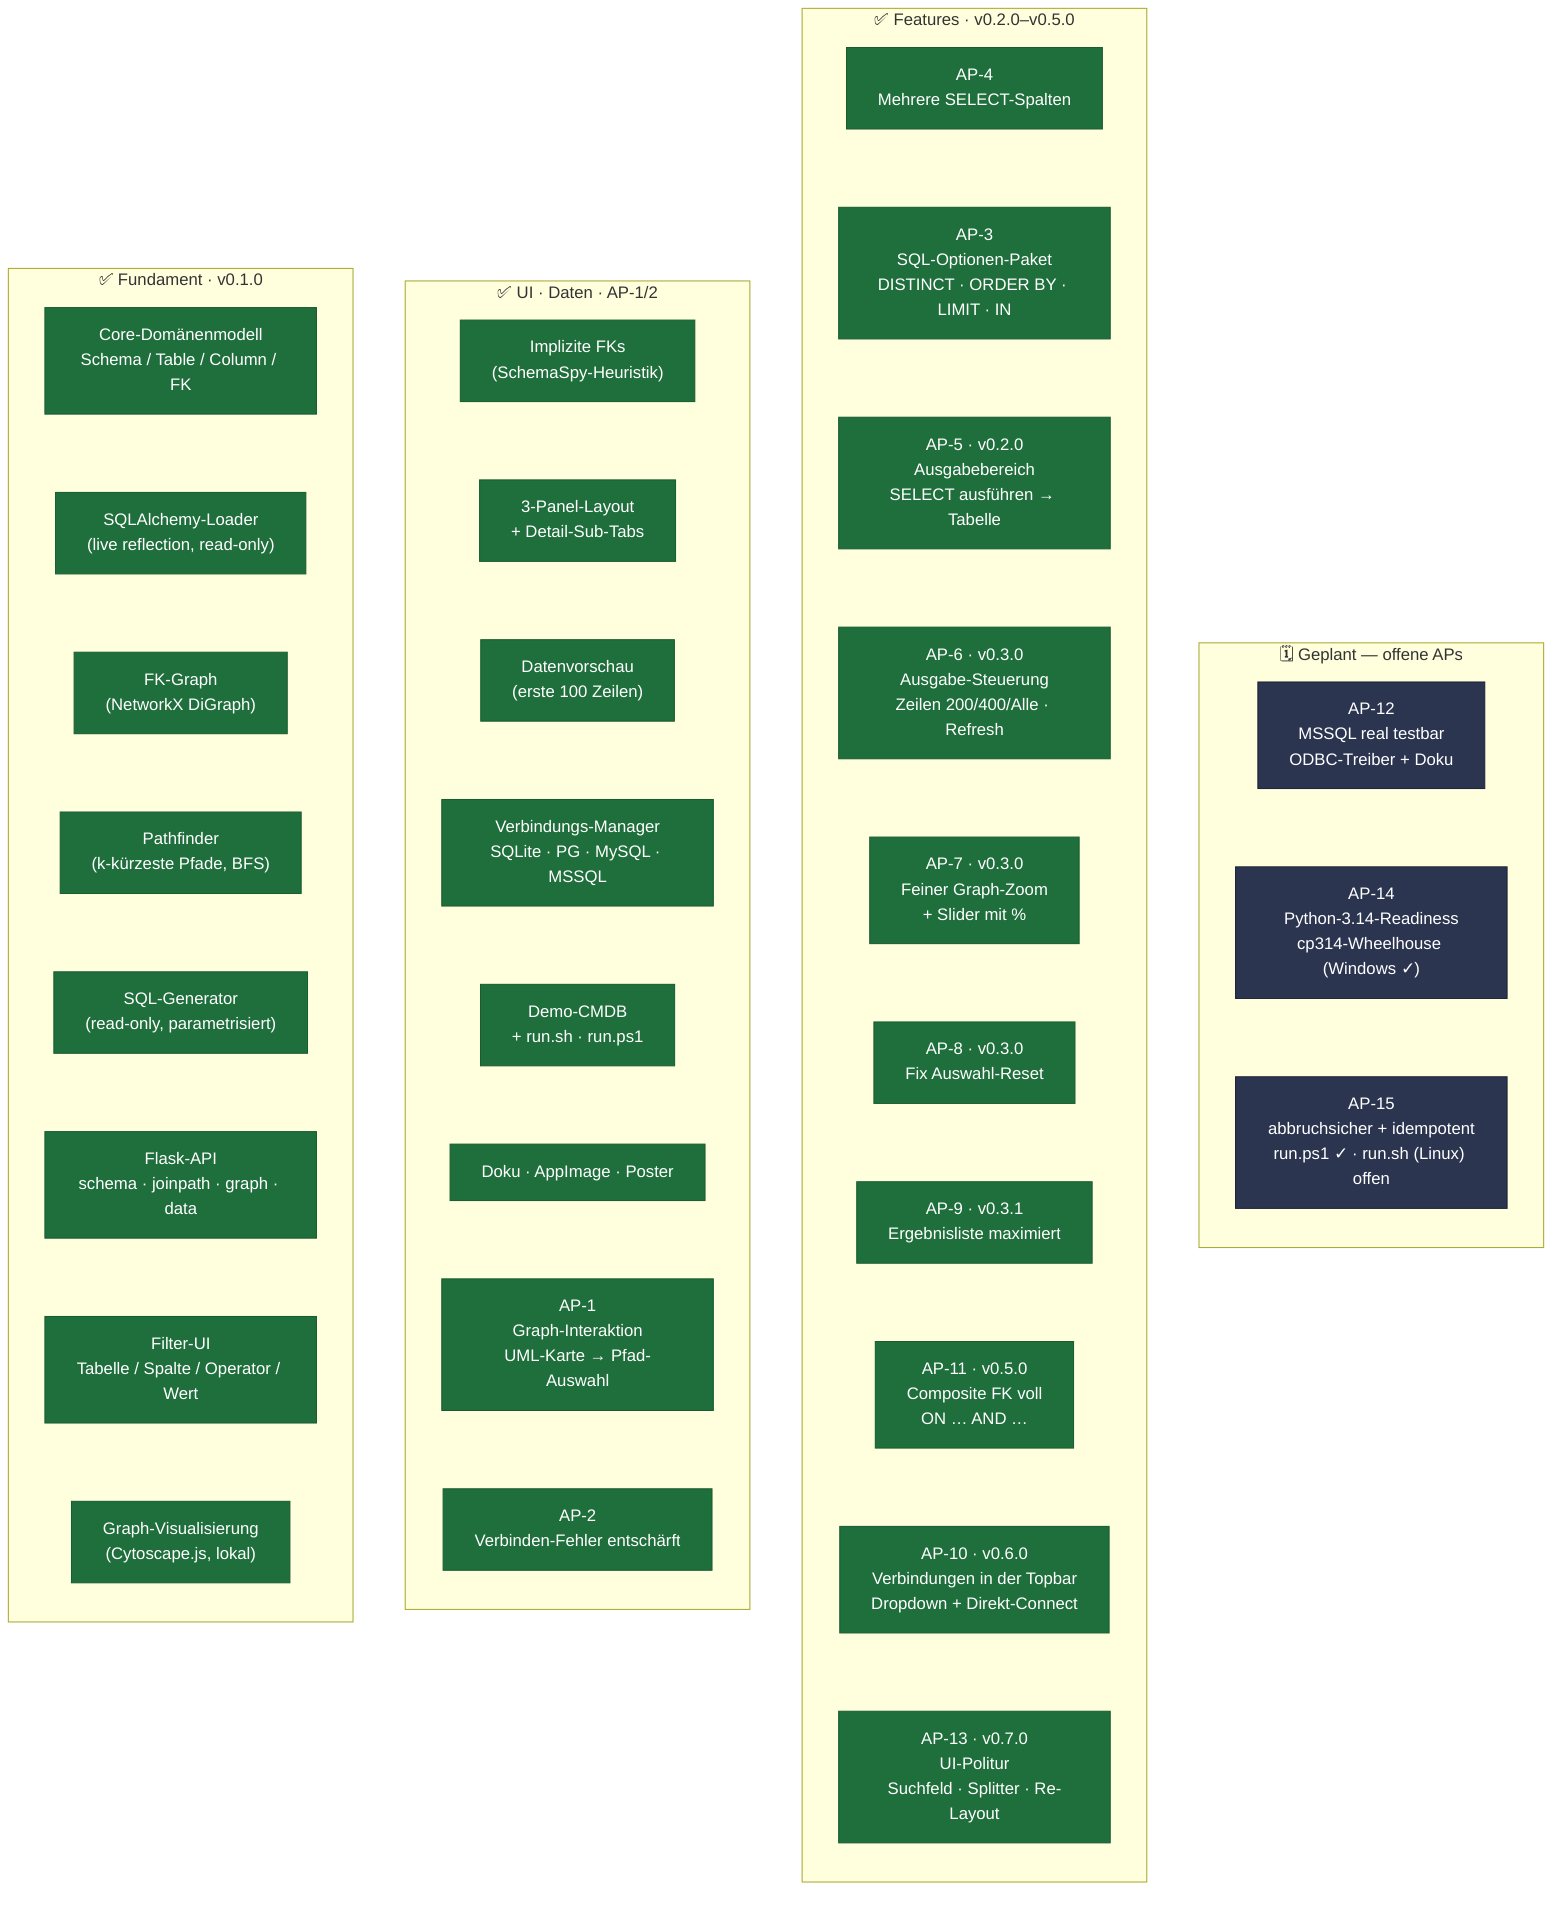
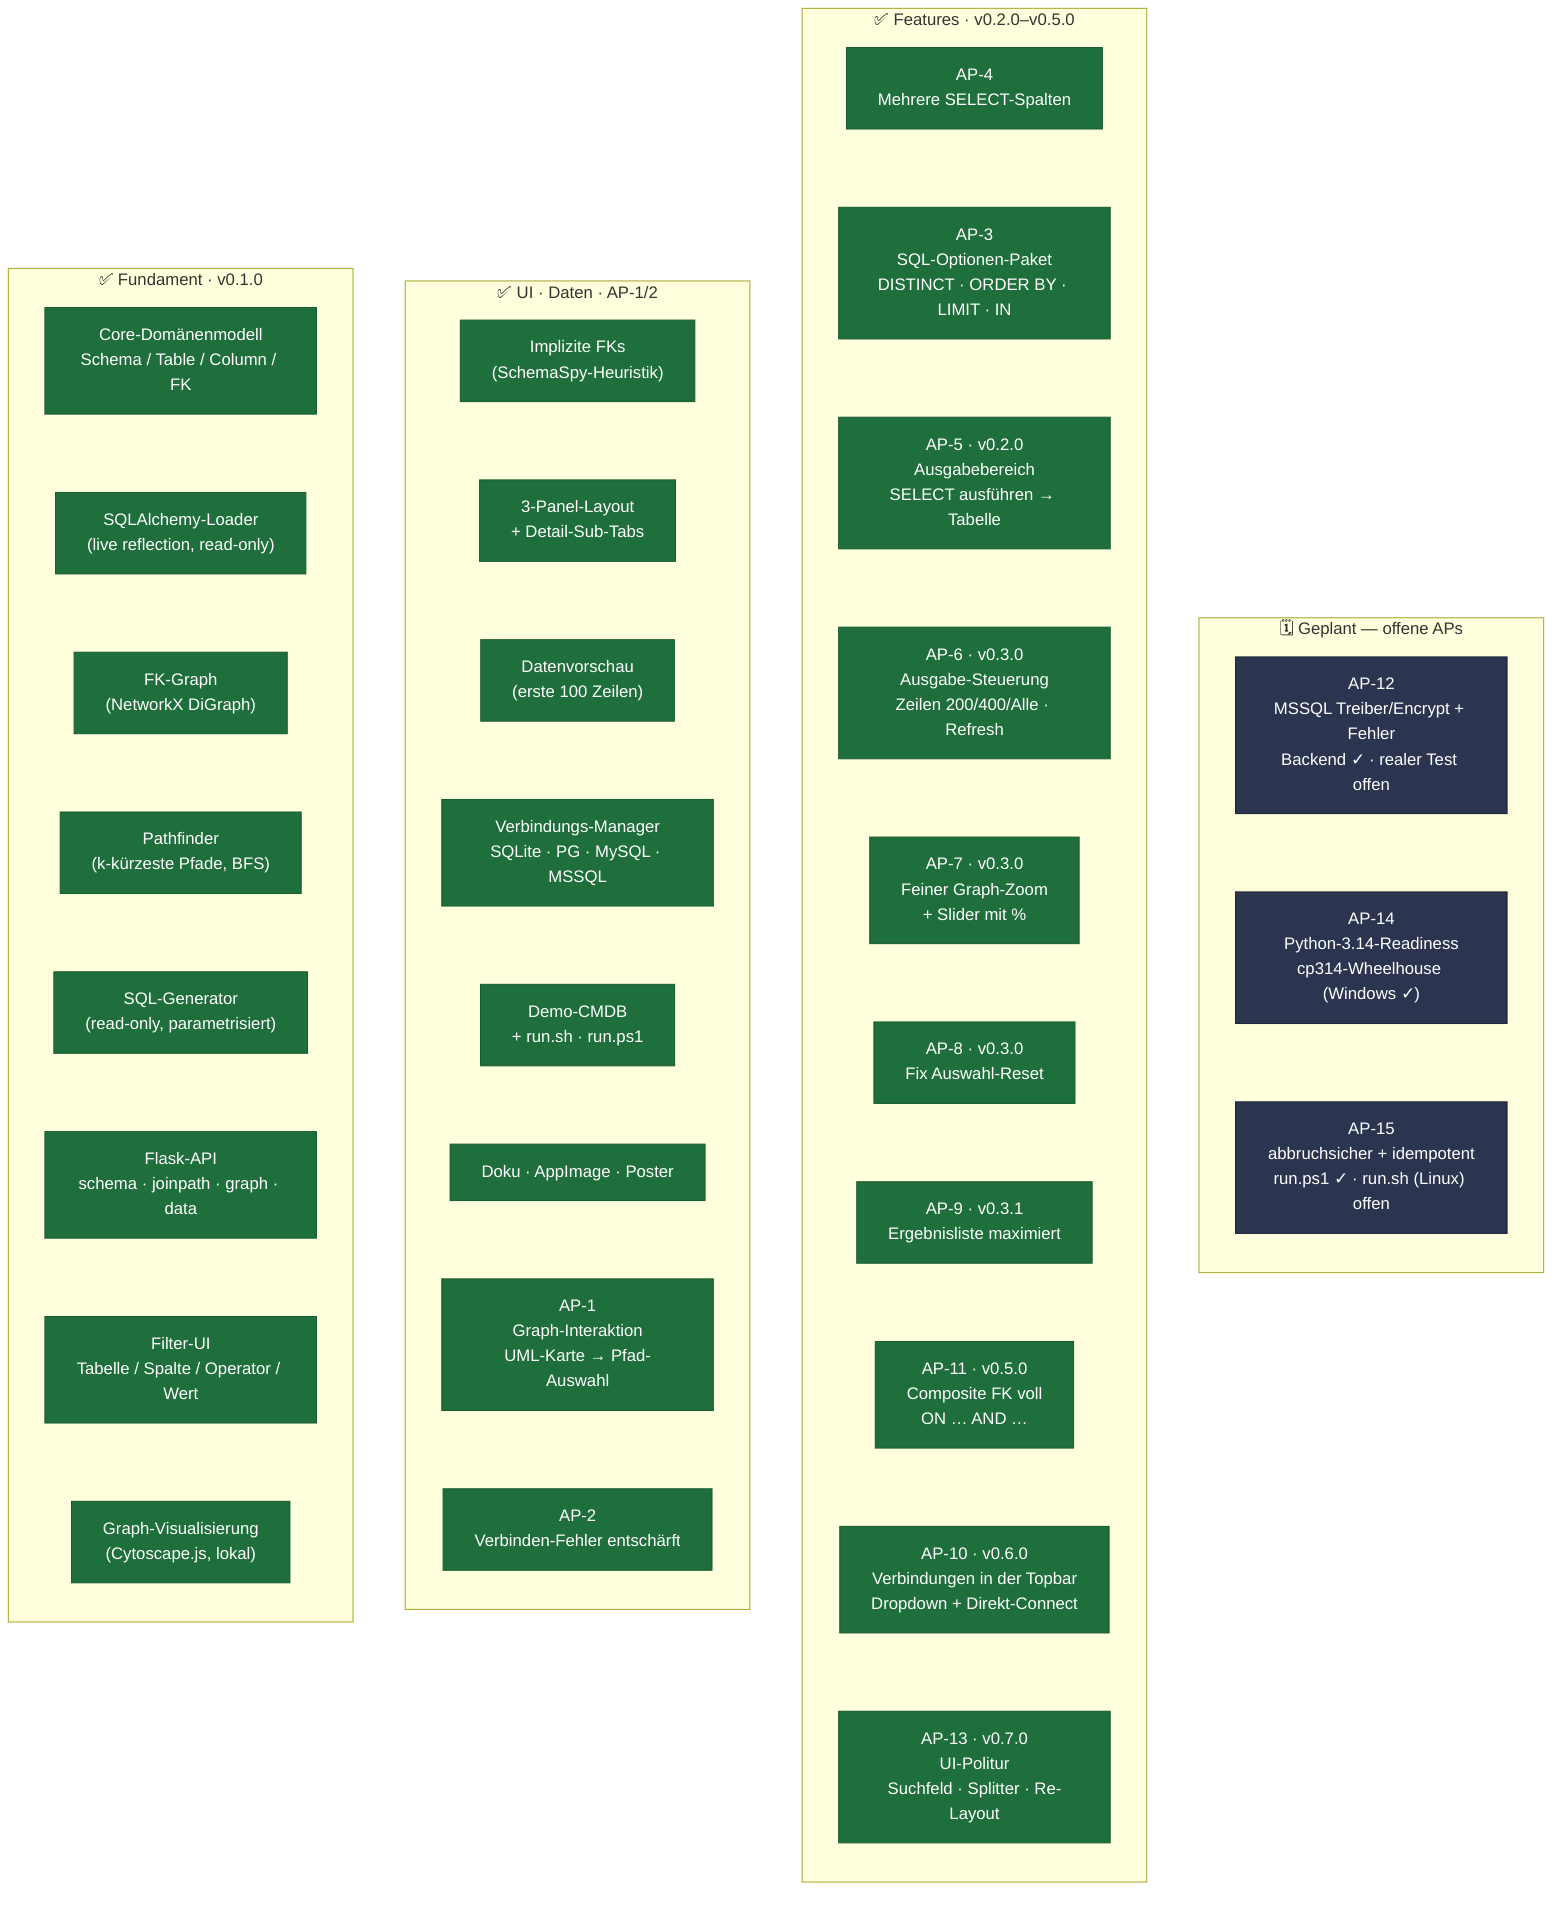
flowchart LR
    classDef done fill:#1f6f3c,color:#fff,stroke:#1a5c32
    classDef wip  fill:#7a5c00,color:#fff,stroke:#5e4600
    classDef plan fill:#2c3550,color:#fff,stroke:#1e2538

    subgraph S1["✅  Fundament · v0.1.0"]
        direction TB
        D1["Core-Domänenmodell\nSchema / Table / Column / FK"]
        D2["SQLAlchemy-Loader\n(live reflection, read-only)"]
        D3["FK-Graph\n(NetworkX DiGraph)"]
        D4["Pathfinder\n(k-kürzeste Pfade, BFS)"]
        D5["SQL-Generator\n(read-only, parametrisiert)"]
        D6["Flask-API\nschema · joinpath · graph · data"]
        D7["Filter-UI\nTabelle / Spalte / Operator / Wert"]
        D8["Graph-Visualisierung\n(Cytoscape.js, lokal)"]
        D1 ~~~ D2 ~~~ D3 ~~~ D4 ~~~ D5 ~~~ D6 ~~~ D7 ~~~ D8
    end

    subgraph S2["✅  UI · Daten · AP-1/2"]
        direction TB
        D9["Implizite FKs\n(SchemaSpy-Heuristik)"]
        D10["3-Panel-Layout\n+ Detail-Sub-Tabs"]
        D11["Datenvorschau\n(erste 100 Zeilen)"]
        D12["Verbindungs-Manager\nSQLite · PG · MySQL · MSSQL"]
        D13["Demo-CMDB\n+ run.sh · run.ps1"]
        D14["Doku · AppImage · Poster"]
        D15["AP-1\nGraph-Interaktion\nUML-Karte → Pfad-Auswahl"]
        D16["AP-2\nVerbinden-Fehler entschärft"]
        D9 ~~~ D10 ~~~ D11 ~~~ D12 ~~~ D13 ~~~ D14 ~~~ D15 ~~~ D16
    end

    subgraph S3["✅  Features · v0.2.0–v0.5.0"]
        direction TB
        D17["AP-4\nMehrere SELECT-Spalten"]
        D18["AP-3\nSQL-Optionen-Paket\nDISTINCT · ORDER BY · LIMIT · IN"]
        D19["AP-5 · v0.2.0\nAusgabebereich\nSELECT ausführen → Tabelle"]
        D20["AP-6 · v0.3.0\nAusgabe-Steuerung\nZeilen 200/400/Alle · Refresh"]
        D21["AP-7 · v0.3.0\nFeiner Graph-Zoom\n+ Slider mit %"]
        D22["AP-8 · v0.3.0\nFix Auswahl-Reset"]
        D23["AP-9 · v0.3.1\nErgebnisliste maximiert"]
        D24["AP-11 · v0.5.0\nComposite FK voll\nON … AND …"]
        D25["AP-10 · v0.6.0\nVerbindungen in der Topbar\nDropdown + Direkt-Connect"]
        D26["AP-13 · v0.7.0\nUI-Politur\nSuchfeld · Splitter · Re-Layout"]
        D17 ~~~ D18 ~~~ D19 ~~~ D20 ~~~ D21 ~~~ D22 ~~~ D23 ~~~ D24 ~~~ D25 ~~~ D26
    end

    subgraph S4["🗓️  Geplant — offene APs"]
        direction TB
-         P12["AP-12\nMSSQL real testbar\nODBC-Treiber + Doku"]
+         P12["AP-12\nMSSQL Treiber/Encrypt + Fehler\nBackend ✓ · realer Test offen"]
        P14["AP-14\nPython-3.14-Readiness\ncp314-Wheelhouse (Windows ✓)"]
        P15["AP-15\nabbruchsicher + idempotent\nrun.ps1 ✓ · run.sh (Linux) offen"]
        P12 ~~~ P14 ~~~ P15
    end

    %% Subgraphs nebeneinander erzwingen (sonst stapelt dagre sie vertikal)
    S1 ~~~ S2 ~~~ S3 ~~~ S4

    class D1,D2,D3,D4,D5,D6,D7,D8,D9,D10,D11,D12,D13,D14,D15,D16,D17,D18,D19,D20,D21,D22,D23,D24,D25,D26 done
    class P12,P14,P15 plan
